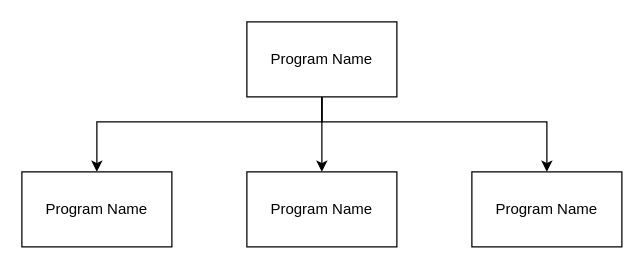
The draw.io diagram design/topdown.drawio in ICS3U-Templates/ICS3U-Unit-1-01, before the edit. Source tidied: cells renumbered, new cells numbered last; positions are measured from the earlier drawing's top-left corner, leaving out a move shared by most shapes. Both pictures are drawn from the tidied source at 125%, with x=0, y=0 at pixel (21, 21).
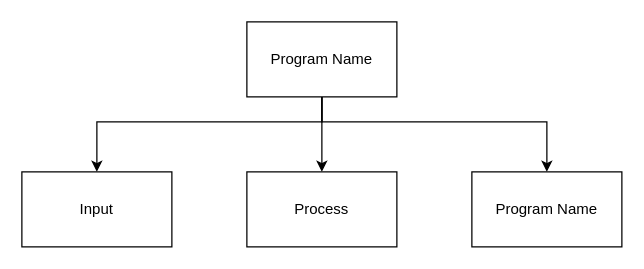
The same diagram, later.

Diff of the diagram source:
```diff
@@
 <mxGraphModel>
   <root>
     <mxCell id="0" />
     <mxCell id="1" parent="0" />
     <mxCell id="2" style="edgeStyle=orthogonalEdgeStyle;html=1;rounded=0;" parent="1" edge="1" source="5" target="6">
       <mxGeometry relative="1" as="geometry" />
     </mxCell>
     <mxCell id="3" style="edgeStyle=orthogonalEdgeStyle;rounded=0;html=1;" parent="1" edge="1" source="5" target="7">
       <mxGeometry relative="1" as="geometry">
         <Array as="points">
           <mxPoint x="240" y="80" />
           <mxPoint x="420" y="80" />
         </Array>
       </mxGeometry>
     </mxCell>
     <mxCell id="4" style="edgeStyle=orthogonalEdgeStyle;rounded=0;html=1;" parent="1" edge="1" source="5" target="8">
       <mxGeometry relative="1" as="geometry">
         <Array as="points">
           <mxPoint x="240" y="80" />
           <mxPoint x="60" y="80" />
         </Array>
       </mxGeometry>
     </mxCell>
     <mxCell id="5" value="Program Name" style="rounded=0;whiteSpace=wrap;html=1;" parent="1" vertex="1">
       <mxGeometry x="180" width="120" height="60" as="geometry" />
     </mxCell>
-    <mxCell id="6" value="Program Name" style="rounded=0;whiteSpace=wrap;html=1;" parent="1" vertex="1">
+    <mxCell id="6" value="Process" style="rounded=0;whiteSpace=wrap;html=1;" parent="1" vertex="1">
       <mxGeometry x="180" y="120" width="120" height="60" as="geometry" />
     </mxCell>
     <mxCell id="7" value="Program Name" style="rounded=0;whiteSpace=wrap;html=1;" parent="1" vertex="1">
       <mxGeometry x="360" y="120" width="120" height="60" as="geometry" />
     </mxCell>
-    <mxCell id="8" value="Program Name" style="rounded=0;whiteSpace=wrap;html=1;" parent="1" vertex="1">
+    <mxCell id="8" value="Input" style="rounded=0;whiteSpace=wrap;html=1;" parent="1" vertex="1">
       <mxGeometry y="120" width="120" height="60" as="geometry" />
     </mxCell>
   </root>
 </mxGraphModel>
```
